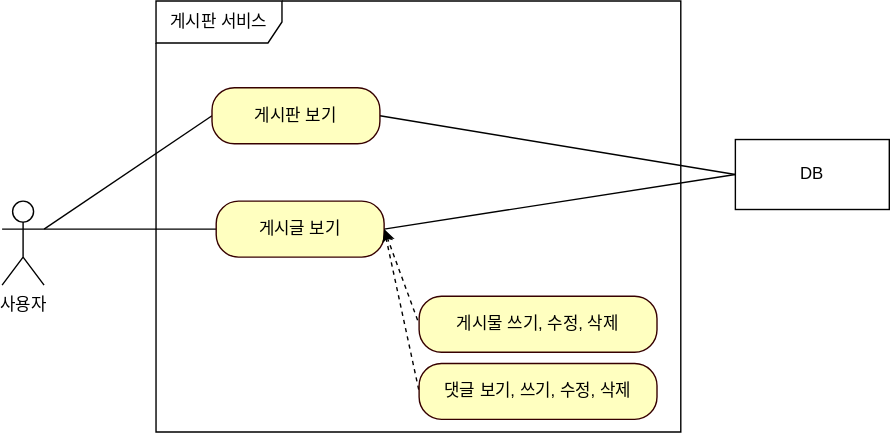
Above: document/use-case.svg in arrilab/practice-board (draw.io), before the change. Source tidied: cells renumbered, new cells last; positions are measured from the earlier drawing's top-left corner, leaving out a move shared by most shapes.
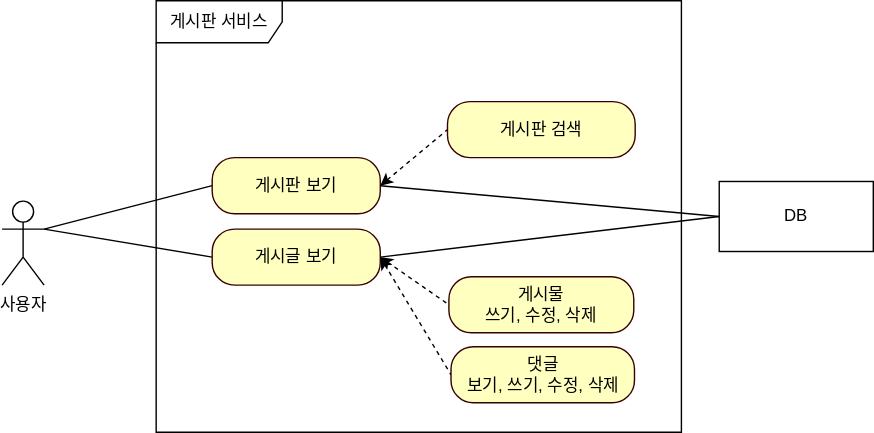
The same file after the commit.

Commit message:
doc: Use Case 작성 (게시판 검색 기능) (#21)

diagram.net에서 Use Case 작성 후 저장

The edit, as a diff of the source:
```diff
@@ -14,35 +14,43 @@
     <mxCell id="5" value="게시판 서비스" style="shape=umlFrame;whiteSpace=wrap;html=1;width=90;height=30;" parent="1" vertex="1">
       <mxGeometry x="110" width="375" height="308" as="geometry" />
     </mxCell>
-    <mxCell id="6" style="rounded=0;jettySize=auto;html=1;exitX=1;exitY=0.5;exitDx=0;exitDy=0;endArrow=none;endFill=0;entryX=0;entryY=0.5;entryDx=0;entryDy=0;" parent="1" edge="1" source="11" target="7">
+    <mxCell id="6" style="rounded=0;jettySize=auto;html=1;exitX=1;exitY=0.5;exitDx=0;exitDy=0;endArrow=none;endFill=0;entryX=0;entryY=0.5;entryDx=0;entryDy=0;" parent="1" edge="1" source="12" target="7">
       <mxGeometry relative="1" as="geometry" />
     </mxCell>
     <mxCell id="7" value="DB" style="html=1;whiteSpace=wrap;" parent="1" vertex="1">
-      <mxGeometry x="524" y="99" width="110" height="50" as="geometry" />
+      <mxGeometry x="512" y="129" width="110" height="50" as="geometry" />
     </mxCell>
-    <mxCell id="8" style="rounded=0;jettySize=auto;html=1;exitX=0;exitY=0.5;exitDx=0;exitDy=0;entryX=1;entryY=0.5;entryDx=0;entryDy=0;endArrow=none;endFill=0;" parent="1" edge="1" source="7" target="12">
-      <mxGeometry relative="1" as="geometry" />
-    </mxCell>
-    <mxCell id="9" style="edgeStyle=orthogonalEdgeStyle;rounded=0;jettySize=auto;html=1;exitX=1;exitY=0.5;exitDx=0;exitDy=0;entryX=0;entryY=0.5;entryDx=0;entryDy=0;strokeColor=none;startArrow=classic;startFill=1;" parent="1" edge="1" source="11" target="13">
-      <mxGeometry relative="1" as="geometry" />
+    <mxCell id="9" style="edgeStyle=orthogonalEdgeStyle;rounded=0;jettySize=auto;html=1;exitX=1;exitY=0.5;exitDx=0;exitDy=0;entryX=0;entryY=0.5;entryDx=0;entryDy=0;strokeColor=none;startArrow=classic;startFill=1;" parent="1" edge="1" source="11">
+      <mxGeometry relative="1" as="geometry">
+        <mxPoint x="298" y="279" as="targetPoint" />
+      </mxGeometry>
     </mxCell>
     <mxCell id="10" style="rounded=0;jettySize=auto;html=1;exitX=1;exitY=0.5;exitDx=0;exitDy=0;entryX=0;entryY=0.5;entryDx=0;entryDy=0;startArrow=classic;startFill=1;endArrow=none;endFill=0;dashed=1;" parent="1" edge="1" source="12" target="13">
       <mxGeometry relative="1" as="geometry" />
     </mxCell>
     <mxCell id="11" value="게시판 보기" style="rounded=1;whiteSpace=wrap;html=1;arcSize=40;fontColor=#000000;fillColor=#ffffc0;strokeColor=#360000;" parent="1" vertex="1">
-      <mxGeometry x="150" y="62" width="120" height="40" as="geometry" />
+      <mxGeometry x="150" y="112" width="120" height="40" as="geometry" />
     </mxCell>
     <mxCell id="12" value="게시글 보기" style="rounded=1;whiteSpace=wrap;html=1;arcSize=40;fontColor=#000000;fillColor=#ffffc0;strokeColor=#360000;" parent="1" vertex="1">
-      <mxGeometry x="153" y="143" width="120" height="40" as="geometry" />
+      <mxGeometry x="150" y="163" width="120" height="40" as="geometry" />
     </mxCell>
+    <mxCell id="15" style="rounded=0;jettySize=auto;html=1;exitX=1;exitY=0.5;exitDx=0;exitDy=0;entryX=0;entryY=0.5;entryDx=0;entryDy=0;startArrow=classic;startFill=1;endArrow=none;endFill=0;dashed=1;" parent="1" edge="1" source="12" target="14">
+      <mxGeometry relative="1" as="geometry" />
+    </mxCell>
+    <mxCell id="16" style="rounded=0;jettySize=auto;html=1;exitX=1;exitY=0.5;exitDx=0;exitDy=0;entryX=0;entryY=0.5;entryDx=0;entryDy=0;startArrow=classic;startFill=1;endArrow=none;endFill=0;dashed=1;" parent="1" edge="1" source="11" target="18">
+      <mxGeometry relative="1" as="geometry" />
+    </mxCell>
+    <mxCell id="14" value="게시물&lt;div&gt;쓰기, 수정, 삭제&lt;/div&gt;" style="rounded=1;whiteSpace=wrap;html=1;arcSize=40;fontColor=#000000;fillColor=#ffffc0;strokeColor=#360000;" parent="1" vertex="1">
+      <mxGeometry x="319" y="197" width="132" height="40" as="geometry" />
+    </mxCell>
-    <mxCell id="13" value="댓글 보기, 쓰기, 수정, 삭제" style="rounded=1;whiteSpace=wrap;html=1;arcSize=40;fontColor=#000000;fillColor=#ffffc0;strokeColor=#360000;" parent="1" vertex="1">
-      <mxGeometry x="298" y="259" width="170" height="40" as="geometry" />
+    <mxCell id="13" value="댓글&lt;div&gt;보기, 쓰기, 수정, 삭제&lt;/div&gt;" style="rounded=1;whiteSpace=wrap;html=1;arcSize=40;fontColor=#000000;fillColor=#ffffc0;strokeColor=#360000;" parent="1" vertex="1">
+      <mxGeometry x="320.5" y="247" width="131" height="40" as="geometry" />
     </mxCell>
-    <mxCell id="14" value="게시물 쓰기, 수정, 삭제" style="rounded=1;whiteSpace=wrap;html=1;arcSize=40;fontColor=#000000;fillColor=#ffffc0;strokeColor=#360000;" parent="1" vertex="1">
-      <mxGeometry x="298" y="211" width="170" height="40" as="geometry" />
-    </mxCell>
-    <mxCell id="15" style="rounded=0;jettySize=auto;html=1;exitX=1;exitY=0.5;exitDx=0;exitDy=0;entryX=0;entryY=0.5;entryDx=0;entryDy=0;startArrow=classic;startFill=1;endArrow=none;endFill=0;dashed=1;" parent="1" edge="1" source="12" target="14">
-      <mxGeometry relative="1" as="geometry" />
-    </mxCell>
+    <mxCell id="17" style="rounded=0;jettySize=auto;html=1;exitX=0;exitY=0.5;exitDx=0;exitDy=0;entryX=1;entryY=0.5;entryDx=0;entryDy=0;endArrow=none;endFill=0;" parent="1" edge="1" source="7" target="11">
+      <mxGeometry relative="1" as="geometry" />
+    </mxCell>
+    <mxCell id="18" value="게시판 검색" style="rounded=1;whiteSpace=wrap;html=1;arcSize=40;fontColor=#000000;fillColor=#ffffc0;strokeColor=#360000;" parent="1" vertex="1">
+      <mxGeometry x="318" y="72" width="134" height="40" as="geometry" />
+    </mxCell>
   </root>
 </mxGraphModel>
```
